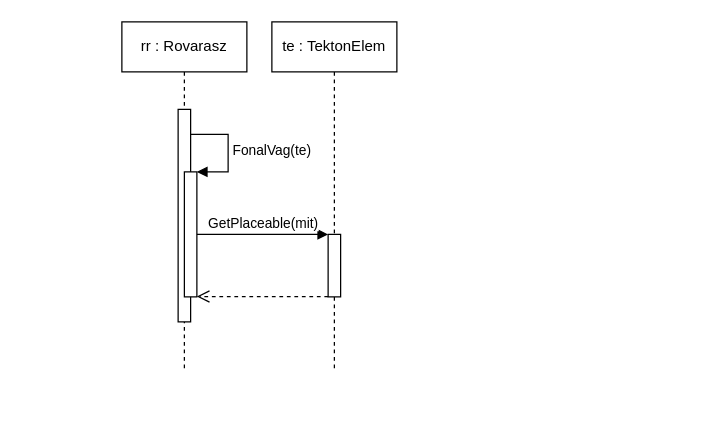
CsipetCsapatProjlab/Project keeps this draw.io diagram as UML/ujSzekvencia/Rovarasz_Lepj.drawio. Above is the earlier version. Source tidied: cells renumbered, new cells numbered last; positions are measured from the earlier drawing's top-left corner, leaving out a move shared by most shapes. Both pictures are drawn from the tidied source at 125%, with x=0, y=0 at pixel (121, 21).
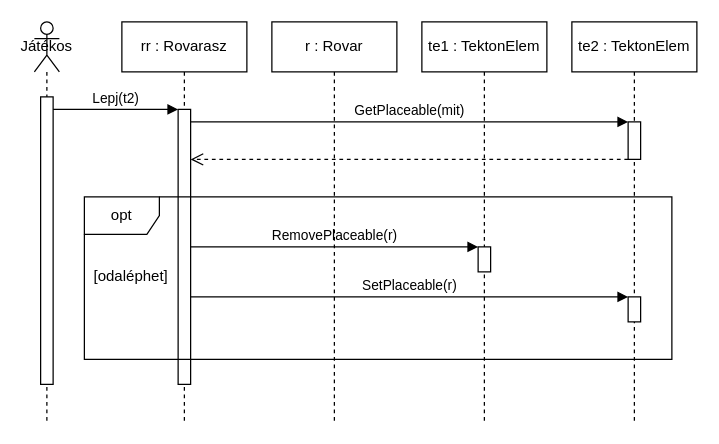
After the change.

Change to the diagram source:
```diff
@@
     <mxCell id="2" value="rr : Rovarasz" style="shape=umlLifeline;perimeter=lifelinePerimeter;whiteSpace=wrap;html=1;newEdgeStyle={&quot;curved&quot;:0,&quot;rounded&quot;:0};" parent="1" vertex="1">
-      <mxGeometry width="100" height="280" as="geometry" />
+      <mxGeometry width="100" height="320" as="geometry" />
     </mxCell>
     <mxCell id="3" style="html=1;points=[[0,0,0,0,5],[0,1,0,0,-5],[1,0,0,0,5],[1,1,0,0,-5]];perimeter=orthogonalPerimeter;outlineConnect=0;targetShapes=umlLifeline;portConstraint=eastwest;newEdgeStyle={&quot;curved&quot;:0,&quot;rounded&quot;:0};" parent="2" vertex="1">
-      <mxGeometry x="45" y="70" width="10" height="170" as="geometry" />
+      <mxGeometry x="45" y="70" width="10" height="220" as="geometry" />
     </mxCell>
-    <mxCell id="4" style="html=1;points=[[0,0,0,0,5],[0,1,0,0,-5],[1,0,0,0,5],[1,1,0,0,-5]];perimeter=orthogonalPerimeter;outlineConnect=0;targetShapes=umlLifeline;portConstraint=eastwest;newEdgeStyle={&quot;curved&quot;:0,&quot;rounded&quot;:0};" parent="2" vertex="1">
-      <mxGeometry x="50" y="120" width="10" height="100" as="geometry" />
-    </mxCell>
-    <mxCell id="5" value="FonalVag(te)" style="html=1;align=left;spacingLeft=2;endArrow=block;rounded=0;edgeStyle=orthogonalEdgeStyle;curved=0;rounded=0;" parent="2" edge="1" target="4">
-      <mxGeometry relative="1" as="geometry">
-        <mxPoint x="55" y="90" as="sourcePoint" />
-        <Array as="points">
-          <mxPoint x="85" y="120" />
-        </Array>
-      </mxGeometry>
-    </mxCell>
-    <mxCell id="6" value="te : TektonElem" style="shape=umlLifeline;perimeter=lifelinePerimeter;whiteSpace=wrap;html=1;newEdgeStyle={&quot;curved&quot;:0,&quot;rounded&quot;:0};" parent="1" vertex="1">
-      <mxGeometry x="120" width="100" height="280" as="geometry" />
+    <mxCell id="6" value="te1 : TektonElem" style="shape=umlLifeline;perimeter=lifelinePerimeter;whiteSpace=wrap;html=1;newEdgeStyle={&quot;curved&quot;:0,&quot;rounded&quot;:0};" parent="1" vertex="1">
+      <mxGeometry x="240" width="100" height="320" as="geometry" />
     </mxCell>
-    <mxCell id="7" style="html=1;points=[[0,0,0,0,5],[0,1,0,0,-5],[1,0,0,0,5],[1,1,0,0,-5]];perimeter=orthogonalPerimeter;outlineConnect=0;targetShapes=umlLifeline;portConstraint=eastwest;newEdgeStyle={&quot;curved&quot;:0,&quot;rounded&quot;:0};" parent="6" vertex="1">
-      <mxGeometry x="45" y="170" width="10" height="50" as="geometry" />
-    </mxCell>
+    <mxCell id="10" value="RemovePlaceable(r)" style="html=1;verticalAlign=bottom;endArrow=block;curved=0;rounded=0;" parent="6" edge="1">
+      <mxGeometry relative="1" as="geometry">
+        <mxPoint x="-185" y="180" as="sourcePoint" />
+        <mxPoint x="45" y="180" as="targetPoint" />
+      </mxGeometry>
+    </mxCell>
+    <mxCell id="11" style="html=1;perimeter=orthogonalPerimeter;targetShapes=umlLifeline;newEdgeStyle={&quot;curved&quot;:0,&quot;rounded&quot;:0};" parent="6" vertex="1">
+      <mxGeometry x="45" y="180" width="10" height="20" as="geometry" />
+    </mxCell>
+    <mxCell id="12" value="SetPlaceable(r)" style="html=1;verticalAlign=bottom;endArrow=block;curved=0;rounded=0;" parent="6" edge="1">
+      <mxGeometry relative="1" as="geometry">
+        <mxPoint x="-185" y="220" as="sourcePoint" />
+        <mxPoint x="165" y="220" as="targetPoint" />
+      </mxGeometry>
+    </mxCell>
+    <mxCell id="13" value="te2 : TektonElem" style="shape=umlLifeline;perimeter=lifelinePerimeter;whiteSpace=wrap;html=1;newEdgeStyle={&quot;curved&quot;:0,&quot;rounded&quot;:0};" parent="1" vertex="1">
+      <mxGeometry x="360" width="100" height="320" as="geometry" />
+    </mxCell>
+    <mxCell id="14" style="html=1;perimeter=orthogonalPerimeter;targetShapes=umlLifeline;newEdgeStyle={&quot;curved&quot;:0,&quot;rounded&quot;:0};" parent="13" vertex="1">
+      <mxGeometry x="45" y="80" width="10" height="30" as="geometry" />
+    </mxCell>
-    <mxCell id="8" value="GetPlaceable(mit)" style="html=1;verticalAlign=bottom;endArrow=block;curved=0;rounded=0;" parent="1" edge="1" target="7">
+    <mxCell id="8" value="GetPlaceable(mit)" style="html=1;verticalAlign=bottom;endArrow=block;curved=0;rounded=0;" parent="13" edge="1" source="3">
       <mxGeometry relative="1" as="geometry">
-        <mxPoint x="60" y="170" as="sourcePoint" />
+        <mxPoint x="45" y="80" as="targetPoint" />
       </mxGeometry>
     </mxCell>
+    <mxCell id="15" style="html=1;perimeter=orthogonalPerimeter;targetShapes=umlLifeline;newEdgeStyle={&quot;curved&quot;:0,&quot;rounded&quot;:0};" parent="13" vertex="1">
+      <mxGeometry x="45" y="220" width="10" height="20" as="geometry" />
+    </mxCell>
+    <mxCell id="16" value="Játékos" style="shape=umlLifeline;perimeter=lifelinePerimeter;whiteSpace=wrap;html=1;newEdgeStyle={&quot;curved&quot;:0,&quot;rounded&quot;:0};participant=umlActor;" parent="1" vertex="1">
+      <mxGeometry x="-70" width="20" height="320" as="geometry" />
+    </mxCell>
+    <mxCell id="17" style="html=1;perimeter=orthogonalPerimeter;targetShapes=umlLifeline;newEdgeStyle={&quot;curved&quot;:0,&quot;rounded&quot;:0};" parent="16" vertex="1">
+      <mxGeometry x="5" y="60" width="10" height="230" as="geometry" />
+    </mxCell>
+    <mxCell id="18" value="Lepj(t2)" style="html=1;verticalAlign=bottom;endArrow=block;curved=0;rounded=0;" parent="1" edge="1">
+      <mxGeometry relative="1" as="geometry">
+        <mxPoint x="-55" y="70" as="sourcePoint" />
+        <mxPoint x="45" y="70" as="targetPoint" />
+      </mxGeometry>
+    </mxCell>
-    <mxCell id="9" style="html=1;verticalAlign=bottom;endArrow=open;dashed=1;endSize=8;curved=0;rounded=0;" parent="1" edge="1" source="7">
+    <mxCell id="9" style="html=1;verticalAlign=bottom;endArrow=open;dashed=1;endSize=8;curved=0;rounded=0;" parent="1" edge="1">
       <mxGeometry relative="1" as="geometry">
-        <mxPoint x="60" y="219.7" as="targetPoint" />
+        <mxPoint x="405" y="110" as="sourcePoint" />
+        <mxPoint x="55" y="110" as="targetPoint" />
       </mxGeometry>
     </mxCell>
+    <mxCell id="19" value="r : Rovar" style="shape=umlLifeline;perimeter=lifelinePerimeter;whiteSpace=wrap;html=1;newEdgeStyle={&quot;curved&quot;:0,&quot;rounded&quot;:0};" parent="1" vertex="1">
+      <mxGeometry x="120" width="100" height="320" as="geometry" />
+    </mxCell>
+    <mxCell id="20" value="opt" style="shape=umlFrame;whiteSpace=wrap;html=1;" parent="1" vertex="1">
+      <mxGeometry x="-30" y="140" width="470" height="130" as="geometry" />
+    </mxCell>
+    <mxCell id="21" value="[odaléphet]" style="text;html=1;align=center;verticalAlign=middle;strokeColor=none;fillColor=none;" parent="1" vertex="1">
+      <mxGeometry x="-33" y="189" width="80" height="30" as="geometry" />
+    </mxCell>
```
